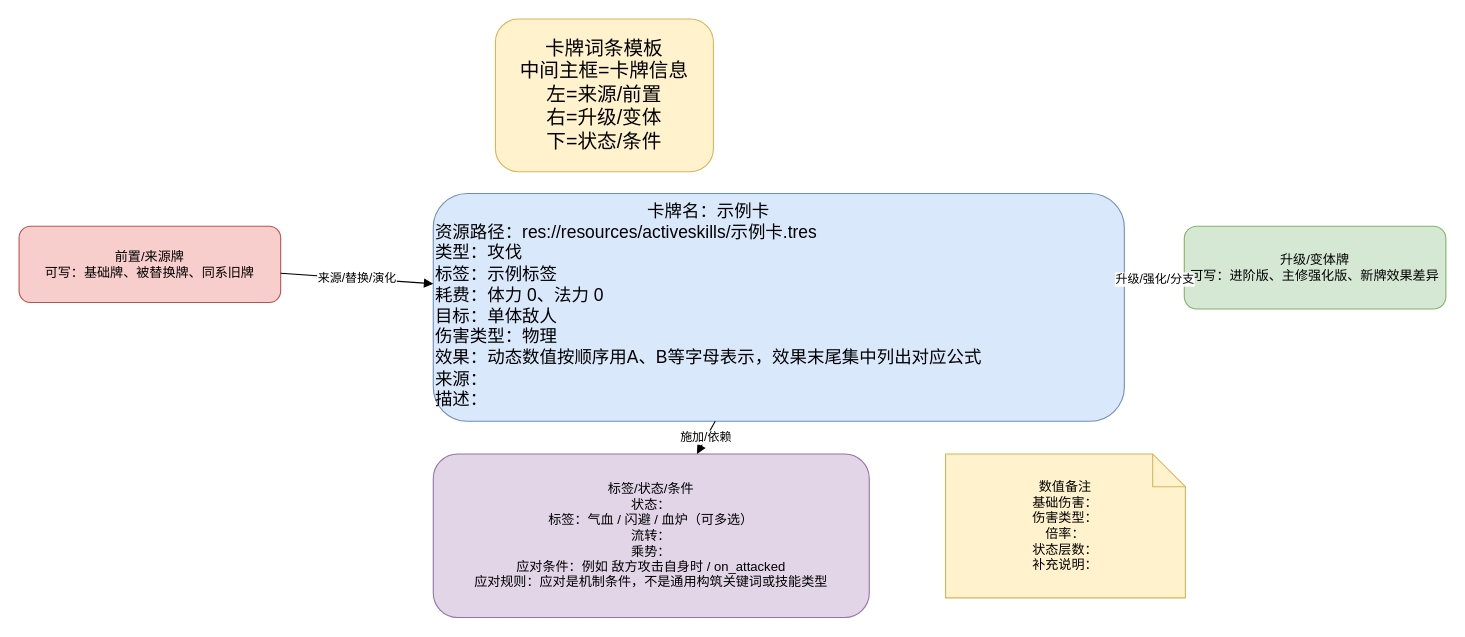
This is docs/卡牌词典/_卡牌模板.drawio from ankundanetracyc-spec/tian-guan-you-du, a draw.io file, before an edit. Source tidied: cells renumbered, new cells numbered last; positions are measured from the earlier drawing's top-left corner, leaving out a move shared by most shapes. Both pictures are drawn from the tidied source at 109%, with x=0, y=0 at pixel (19, 19).
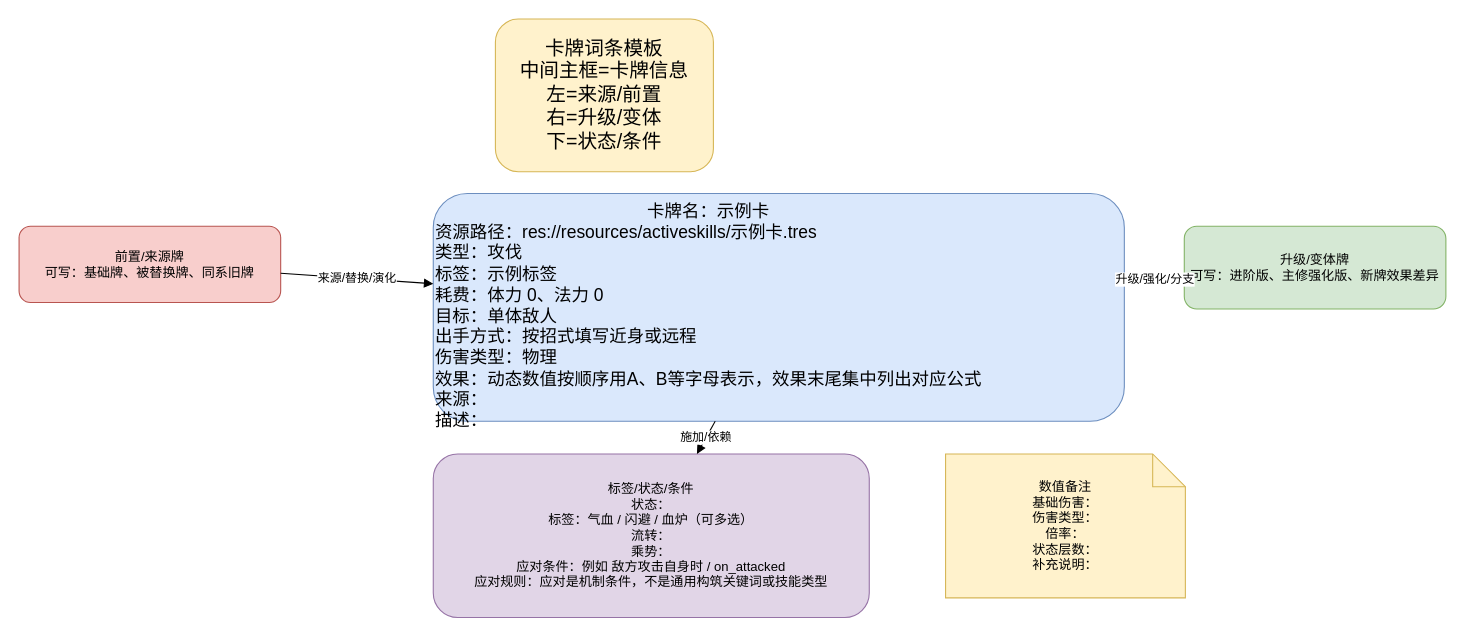
After the change.

Change to the diagram source:
```diff
@@
 <mxGraphModel>
   <root>
     <mxCell id="0" />
     <mxCell id="1" parent="0" />
     <mxCell id="2" value="卡牌词条模板&#10;中间主框=卡牌信息&#10;左=来源/前置&#10;右=升级/变体&#10;下=状态/条件" style="rounded=1;whiteSpace=wrap;html=1;fillColor=#fff2cc;strokeColor=#d6b656;fontSize=18;" parent="1" vertex="1">
       <mxGeometry x="437" width="200" height="140" as="geometry" />
     </mxCell>
-    <mxCell id="3" value="&lt;div style=&quot;text-align:center;&quot;&gt;卡牌名：示例卡&lt;/div&gt;&lt;div style=&quot;text-align:left;&quot;&gt;资源路径：res://resources/activeskills/示例卡.tres&lt;br&gt;类型：攻伐&lt;br&gt;标签：示例标签&lt;br&gt;耗费：体力 0、法力 0&lt;br&gt;目标：单体敌人&lt;br&gt;伤害类型：物理&lt;br&gt;效果：动态数值按顺序用A、B等字母表示，效果末尾集中列出对应公式&lt;br&gt;来源：&lt;br&gt;描述：&lt;/div&gt;" style="rounded=1;whiteSpace=wrap;html=1;fillColor=#dae8fc;strokeColor=#6c8ebf;fontSize=16;align=left;verticalAlign=top;" parent="1" vertex="1">
+    <mxCell id="3" value="&lt;div style=&quot;text-align:center;&quot;&gt;卡牌名：示例卡&lt;/div&gt;&lt;div style=&quot;text-align:left;&quot;&gt;资源路径：res://resources/activeskills/示例卡.tres&lt;br&gt;类型：攻伐&lt;br&gt;标签：示例标签&lt;br&gt;耗费：体力 0、法力 0&lt;br&gt;目标：单体敌人&lt;br&gt;出手方式：按招式填写近身或远程&lt;br&gt;伤害类型：物理&lt;br&gt;效果：动态数值按顺序用A、B等字母表示，效果末尾集中列出对应公式&lt;br&gt;来源：&lt;br&gt;描述：&lt;/div&gt;" style="rounded=1;whiteSpace=wrap;html=1;fillColor=#dae8fc;strokeColor=#6c8ebf;fontSize=16;align=left;verticalAlign=top;" parent="1" vertex="1">
       <mxGeometry x="380" y="160" width="634" height="209" as="geometry" />
     </mxCell>
     <mxCell id="4" value="前置/来源牌&#10;可写：基础牌、被替换牌、同系旧牌" style="rounded=1;whiteSpace=wrap;html=1;fillColor=#f8cecc;strokeColor=#b85450;" parent="1" vertex="1">
       <mxGeometry y="190" width="240" height="70" as="geometry" />
     </mxCell>
     <mxCell id="5" value="升级/变体牌&#10;可写：进阶版、主修强化版、新牌效果差异" style="rounded=1;whiteSpace=wrap;html=1;fillColor=#d5e8d4;strokeColor=#82b366;" parent="1" vertex="1">
       <mxGeometry x="1069" y="190" width="240" height="76" as="geometry" />
     </mxCell>
     <mxCell id="6" value="标签/状态/条件&#10;状态：&#10;标签：气血 / 闪避 / 血炉（可多选）&#10;流转：&#10;乘势：&#10;应对条件：例如 敌方攻击自身时 / on_attacked&#10;应对规则：应对是机制条件，不是通用构筑关键词或技能类型" style="rounded=1;whiteSpace=wrap;html=1;fillColor=#e1d5e7;strokeColor=#9673a6;" parent="1" vertex="1">
       <mxGeometry x="380" y="399" width="400" height="150" as="geometry" />
     </mxCell>
     <mxCell id="7" value="数值备注&#10;基础伤害：&#10;伤害类型：&#10;倍率：&#10;状态层数：&#10;补充说明：" style="shape=note;whiteSpace=wrap;html=1;fillColor=#fff2cc;strokeColor=#d6b656;" parent="1" vertex="1">
       <mxGeometry x="850" y="399" width="220" height="132" as="geometry" />
     </mxCell>
     <mxCell id="8" value="来源/替换/演化" style="endArrow=block;html=1;rounded=0;" parent="1" edge="1" source="4" target="3">
       <mxGeometry relative="1" as="geometry" />
     </mxCell>
     <mxCell id="9" value="升级/强化/分支" style="endArrow=block;html=1;rounded=0;" parent="1" edge="1" source="3" target="5">
       <mxGeometry relative="1" as="geometry" />
     </mxCell>
     <mxCell id="10" value="施加/依赖" style="endArrow=block;html=1;rounded=0;" parent="1" edge="1" source="3" target="6">
       <mxGeometry relative="1" as="geometry" />
     </mxCell>
   </root>
 </mxGraphModel>
```
